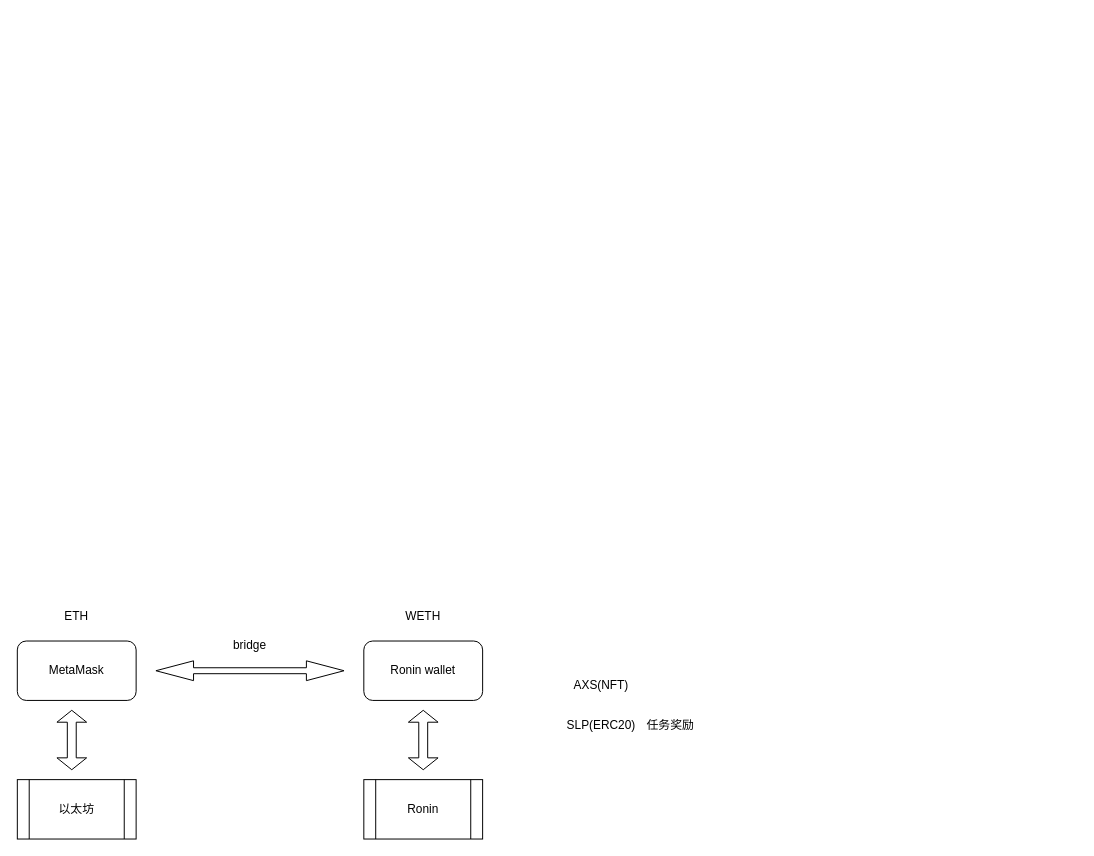
jxu86/project-uml keeps this draw.io diagram as page "gamefi" (1 of 6) of outdoor.drawio. Above is the earlier version. Source tidied: cells renumbered, new cells numbered last; positions are measured from the earlier drawing's top-left corner, leaving out a move shared by most shapes. Both pictures are drawn from the tidied source at 99%, with x=0, y=0 at pixel (17, 601).
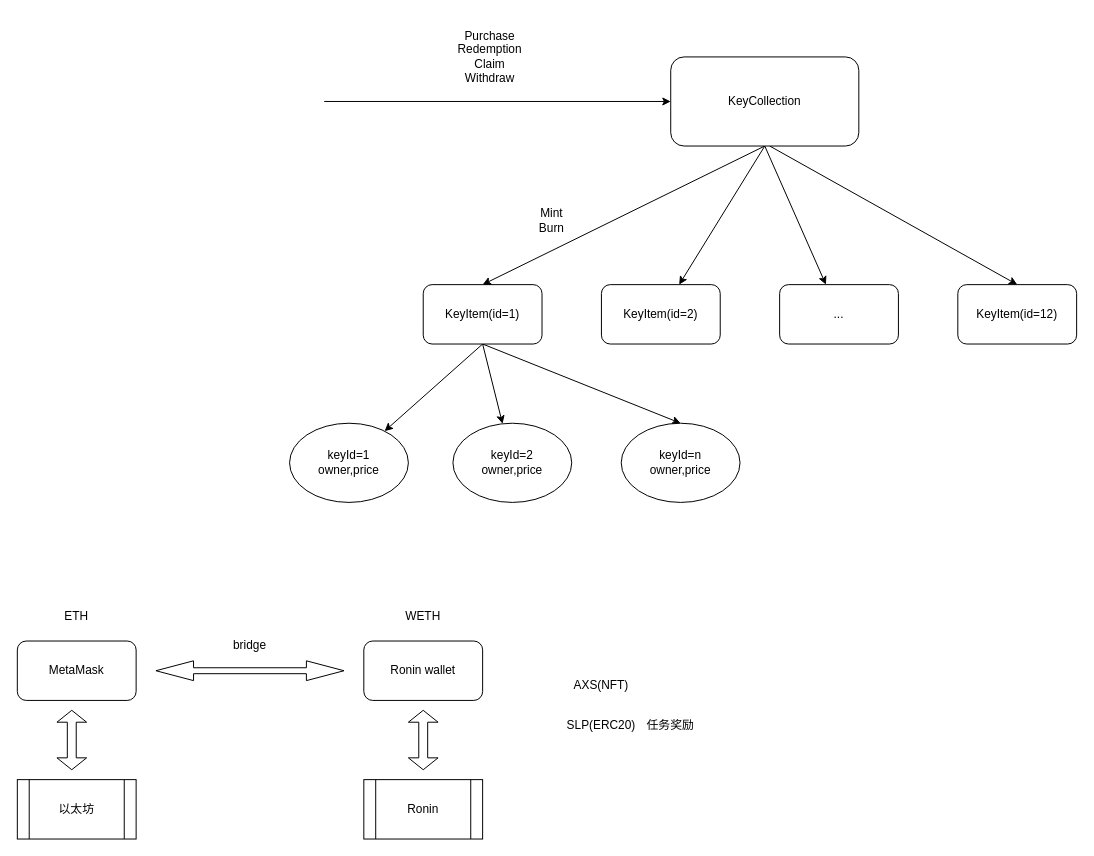
The same page after the edit.

The edit, as a diff of the source:
```diff
@@
+    <mxCell id="15" style="rounded=0;jettySize=auto;html=1;exitX=0.5;exitY=1;exitDx=0;exitDy=0;" parent="1" edge="1" source="18" target="27">
+      <mxGeometry relative="1" as="geometry" />
+    </mxCell>
+    <mxCell id="16" style="rounded=0;jettySize=auto;html=1;exitX=0.5;exitY=1;exitDx=0;exitDy=0;" parent="1" edge="1" source="18" target="28">
+      <mxGeometry relative="1" as="geometry" />
+    </mxCell>
+    <mxCell id="17" style="rounded=0;jettySize=auto;html=1;exitX=0.5;exitY=1;exitDx=0;exitDy=0;entryX=0.5;entryY=0;entryDx=0;entryDy=0;" parent="1" edge="1" source="18" target="29">
+      <mxGeometry relative="1" as="geometry" />
+    </mxCell>
+    <mxCell id="18" value="KeyItem(id=1)" style="rounded=1;whiteSpace=wrap;html=1;" parent="1" vertex="1">
+      <mxGeometry x="410" y="-320" width="120" height="60" as="geometry" />
+    </mxCell>
+    <mxCell id="19" value="KeyItem(id=2)" style="rounded=1;whiteSpace=wrap;html=1;" parent="1" vertex="1">
+      <mxGeometry x="590" y="-320" width="120" height="60" as="geometry" />
+    </mxCell>
+    <mxCell id="20" value="KeyItem(id=12)" style="rounded=1;whiteSpace=wrap;html=1;" parent="1" vertex="1">
+      <mxGeometry x="950" y="-320" width="120" height="60" as="geometry" />
+    </mxCell>
+    <mxCell id="21" value="..." style="rounded=1;whiteSpace=wrap;html=1;" parent="1" vertex="1">
+      <mxGeometry x="770" y="-320" width="120" height="60" as="geometry" />
+    </mxCell>
+    <mxCell id="22" style="rounded=0;jettySize=auto;html=1;exitX=0.5;exitY=1;exitDx=0;exitDy=0;entryX=0.5;entryY=0;entryDx=0;entryDy=0;" parent="1" edge="1" source="26" target="18">
+      <mxGeometry relative="1" as="geometry" />
+    </mxCell>
+    <mxCell id="23" style="rounded=0;jettySize=auto;html=1;exitX=0.5;exitY=1;exitDx=0;exitDy=0;" parent="1" edge="1" source="26" target="19">
+      <mxGeometry relative="1" as="geometry" />
+    </mxCell>
+    <mxCell id="24" style="rounded=0;jettySize=auto;html=1;exitX=0.5;exitY=1;exitDx=0;exitDy=0;" parent="1" edge="1" source="26" target="21">
+      <mxGeometry relative="1" as="geometry" />
+    </mxCell>
+    <mxCell id="25" style="rounded=0;jettySize=auto;html=1;entryX=0.5;entryY=0;entryDx=0;entryDy=0;" parent="1" edge="1" target="20">
+      <mxGeometry relative="1" as="geometry">
+        <mxPoint x="760" y="-460" as="sourcePoint" />
+      </mxGeometry>
+    </mxCell>
+    <mxCell id="26" value="KeyCollection" style="rounded=1;whiteSpace=wrap;html=1;" parent="1" vertex="1">
+      <mxGeometry x="660" y="-550" width="190" height="90" as="geometry" />
+    </mxCell>
+    <mxCell id="27" value="keyId=1&lt;br&gt;owner,price" style="ellipse;whiteSpace=wrap;html=1;" parent="1" vertex="1">
+      <mxGeometry x="275" y="-180" width="120" height="80" as="geometry" />
+    </mxCell>
+    <mxCell id="28" value="keyId=2&lt;br&gt;owner,price" style="ellipse;whiteSpace=wrap;html=1;" parent="1" vertex="1">
+      <mxGeometry x="440" y="-180" width="120" height="80" as="geometry" />
+    </mxCell>
+    <mxCell id="29" value="keyId=n&lt;br&gt;owner,price" style="ellipse;whiteSpace=wrap;html=1;" parent="1" vertex="1">
+      <mxGeometry x="610" y="-180" width="120" height="80" as="geometry" />
+    </mxCell>
+    <mxCell id="30" value="Mint&lt;br&gt;Burn" style="text;html=1;strokeColor=none;fillColor=none;align=center;verticalAlign=middle;whiteSpace=wrap;rounded=0;" parent="1" vertex="1">
+      <mxGeometry x="510" y="-400" width="60" height="30" as="geometry" />
+    </mxCell>
+    <mxCell id="31" style="endArrow=classic;html=1;rounded=0;entryX=0;entryY=0.5;entryDx=0;entryDy=0;" parent="1" edge="1" target="26">
+      <mxGeometry relative="1" as="geometry">
+        <mxPoint x="310" y="-505" as="sourcePoint" />
+      </mxGeometry>
+    </mxCell>
+    <mxCell id="32" value="Purchase&lt;br&gt;Redemption&lt;br&gt;Claim&lt;br&gt;Withdraw" style="text;html=1;strokeColor=none;fillColor=none;align=center;verticalAlign=middle;whiteSpace=wrap;rounded=0;" parent="1" vertex="1">
+      <mxGeometry x="395" y="-590" width="165" height="80" as="geometry" />
+    </mxCell>
```
